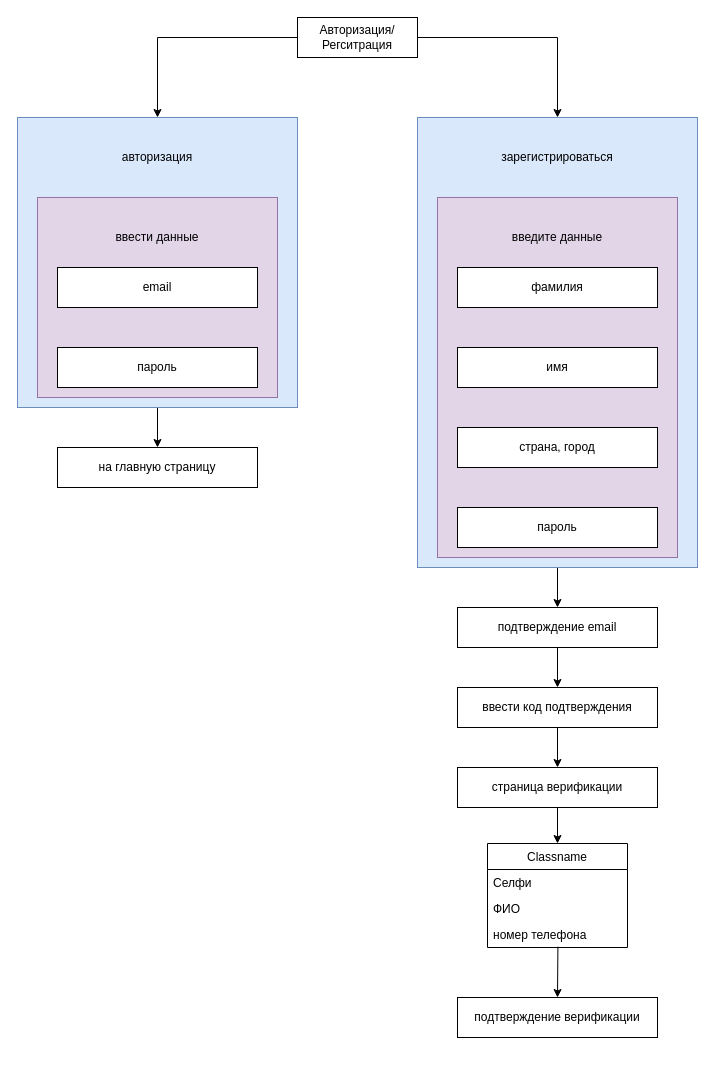
This is page "add_user" (2 of 2) of Untitled Diagram.drawio from lattecoff/app_arch, a draw.io file, before an edit. Source tidied: cells renumbered, new cells numbered last; positions are measured from the earlier drawing's top-left corner, leaving out a move shared by most shapes. Both pictures are drawn from the tidied source at 100%, with x=0, y=0 at pixel (17, 17).
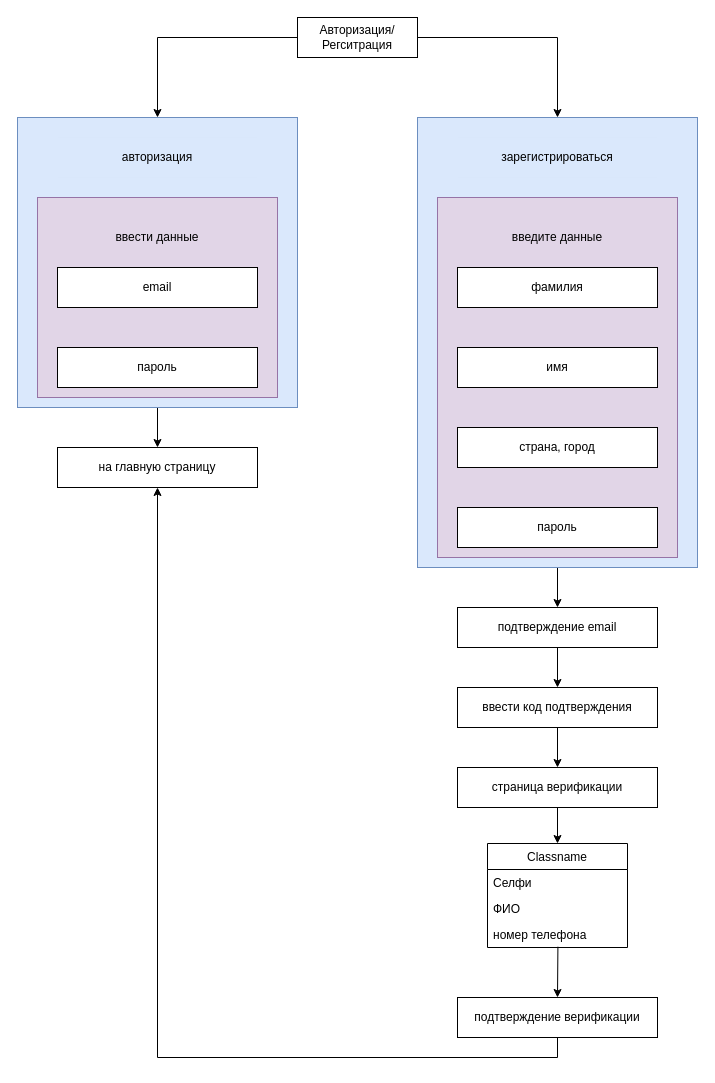
The same diagram, later.

Unchanged cells that the change refers to:
```xml
<mxCell id="11" value="на главную страницу" style="rounded=0;whiteSpace=wrap;html=1;" parent="1" vertex="1">
  <mxGeometry x="40" y="430" width="200" height="40" as="geometry" />
</mxCell>
<mxCell id="32" value="подтверждение верификации" style="rounded=0;whiteSpace=wrap;html=1;" parent="1" vertex="1">
  <mxGeometry x="440" y="980" width="200" height="40" as="geometry" />
</mxCell>
```

Change to the diagram source:
```diff
@@
+    <mxCell id="34" style="endArrow=classic;html=1;rounded=0;exitX=0.5;exitY=1;exitDx=0;exitDy=0;entryX=0.5;entryY=1;entryDx=0;entryDy=0;" parent="1" edge="1" source="32" target="11">
+      <mxGeometry relative="1" as="geometry">
+        <Array as="points">
+          <mxPoint x="540" y="1040" />
+          <mxPoint x="140" y="1040" />
+        </Array>
+      </mxGeometry>
+    </mxCell>
```
